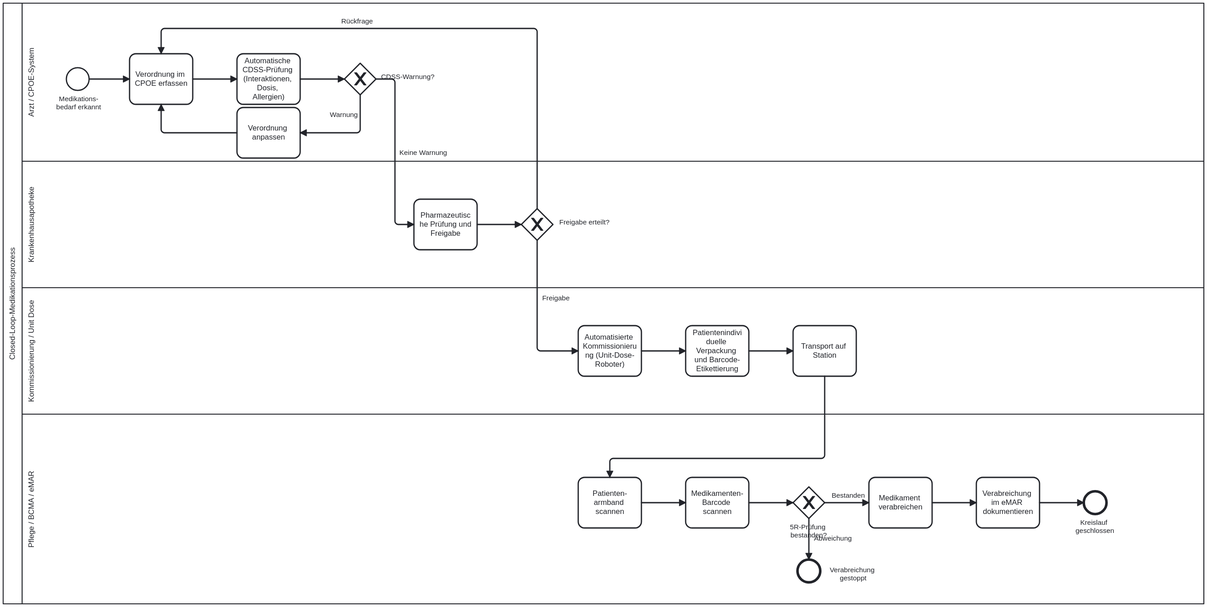
Above: publisher-guides/Medikation/input/images/ClosedLoop-Medikationsprozess.svg in gematik/spec-ISiK-Basismodul (BPMN), before the change. Its source is kept beside it as Material/Medikation/ClosedLoop-Medikationsprozess.bpmn. Ids are renumbered.
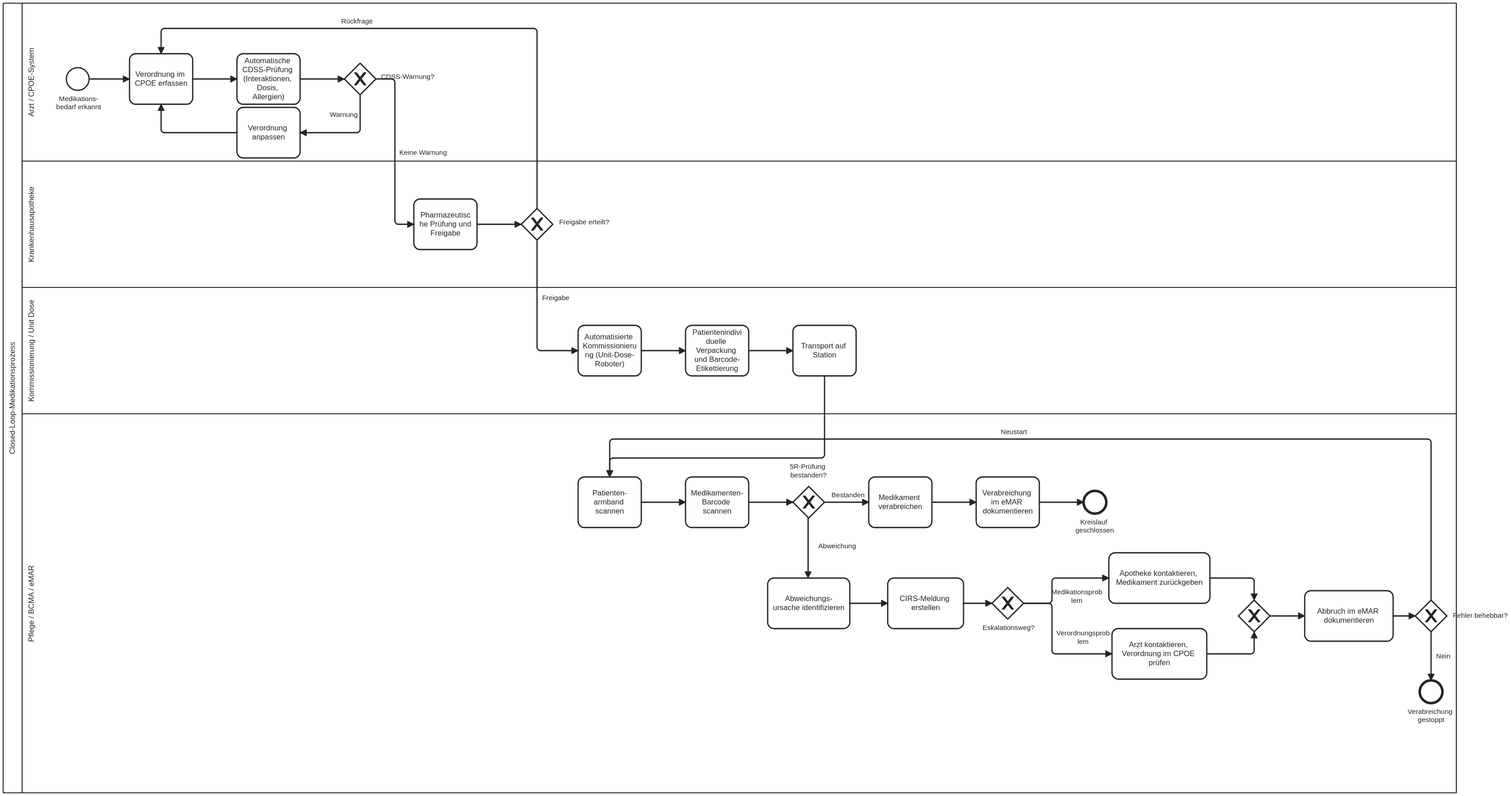
The same file after the commit.

The edit, as a diff of the source:
```diff
@@ -28,6 +28,14 @@
         <flowNodeRef>EndEvent_1</flowNodeRef>
         <flowNodeRef>EndEvent_Abbruch</flowNodeRef>
         <flowNodeRef>Task_ScanPatient</flowNodeRef>
+        <flowNodeRef>Task_FehlerUrsache</flowNodeRef>
+        <flowNodeRef>Task_CIRS</flowNodeRef>
+        <flowNodeRef>Gateway_Eskalation</flowNodeRef>
+        <flowNodeRef>Task_ApothekeKontakt</flowNodeRef>
+        <flowNodeRef>Task_ArztKontakt</flowNodeRef>
+        <flowNodeRef>Gateway_EskalationJoin</flowNodeRef>
+        <flowNodeRef>Task_FehlerDoku</flowNodeRef>
+        <flowNodeRef>Gateway_Behebbar</flowNodeRef>
       </lane>
     </laneSet>
     <startEvent id="StartEvent_1" name="Medikations-bedarf erkannt">
@@ -94,7 +102,7 @@
       <incoming>Flow_18</incoming>
     </endEvent>
     <endEvent id="EndEvent_Abbruch" name="Verabreichung gestoppt">
-      <incoming>Flow_15</incoming>
+      <incoming>Flow_27</incoming>
     </endEvent>
     <sequenceFlow id="Flow_1" sourceRef="StartEvent_1" targetRef="Task_CPOE" />
     <sequenceFlow id="Flow_2" sourceRef="Task_CPOE" targetRef="Task_CDSS" />
@@ -110,35 +118,81 @@
     <sequenceFlow id="Flow_12" sourceRef="Task_Transport" targetRef="Task_ScanPatient" />
     <sequenceFlow id="Flow_13" sourceRef="Task_ScanPatient" targetRef="Task_ScanMed" />
     <sequenceFlow id="Flow_14" sourceRef="Task_ScanMed" targetRef="Gateway_5R" />
-    <sequenceFlow id="Flow_15" name="Abweichung" sourceRef="Gateway_5R" targetRef="EndEvent_Abbruch" />
+    <sequenceFlow id="Flow_15" name="Abweichung" sourceRef="Gateway_5R" targetRef="Task_FehlerUrsache" />
     <sequenceFlow id="Flow_16" name="Bestanden" sourceRef="Gateway_5R" targetRef="Task_Verabreichen" />
     <sequenceFlow id="Flow_17" sourceRef="Task_Verabreichen" targetRef="Task_Doku" />
     <sequenceFlow id="Flow_18" sourceRef="Task_Doku" targetRef="EndEvent_1" />
     <task id="Task_ScanPatient" name="Patienten- armband scannen">
       <incoming>Flow_12</incoming>
+      <incoming>Flow_28</incoming>
       <outgoing>Flow_13</outgoing>
     </task>
+    <task id="Task_FehlerUrsache" name="Abweichungs-ursache identifizieren">
+      <incoming>Flow_15</incoming>
+      <outgoing>Flow_19</outgoing>
+    </task>
+    <task id="Task_CIRS" name="CIRS-Meldung erstellen">
+      <incoming>Flow_19</incoming>
+      <outgoing>Flow_20</outgoing>
+    </task>
+    <exclusiveGateway id="Gateway_Eskalation" name="Eskalationsweg?">
+      <incoming>Flow_20</incoming>
+      <outgoing>Flow_21</outgoing>
+      <outgoing>Flow_22</outgoing>
+    </exclusiveGateway>
+    <task id="Task_ApothekeKontakt" name="Apotheke kontaktieren, Medikament zurückgeben">
+      <incoming>Flow_21</incoming>
+      <outgoing>Flow_23</outgoing>
+    </task>
+    <task id="Task_ArztKontakt" name="Arzt kontaktieren, Verordnung im CPOE prüfen">
+      <incoming>Flow_22</incoming>
+      <outgoing>Flow_24</outgoing>
+    </task>
+    <exclusiveGateway id="Gateway_EskalationJoin">
+      <incoming>Flow_23</incoming>
+      <incoming>Flow_24</incoming>
+      <outgoing>Flow_25</outgoing>
+    </exclusiveGateway>
+    <task id="Task_FehlerDoku" name="Abbruch im eMAR dokumentieren">
+      <incoming>Flow_25</incoming>
+      <outgoing>Flow_26</outgoing>
+    </task>
+    <exclusiveGateway id="Gateway_Behebbar" name="Fehler behebbar?">
+      <incoming>Flow_26</incoming>
+      <outgoing>Flow_27</outgoing>
+      <outgoing>Flow_28</outgoing>
+    </exclusiveGateway>
+    <sequenceFlow id="Flow_19" sourceRef="Task_FehlerUrsache" targetRef="Task_CIRS" />
+    <sequenceFlow id="Flow_20" sourceRef="Task_CIRS" targetRef="Gateway_Eskalation" />
+    <sequenceFlow id="Flow_21" name="Medikationsproblem" sourceRef="Gateway_Eskalation" targetRef="Task_ApothekeKontakt" />
+    <sequenceFlow id="Flow_22" name="Verordnungsproblem" sourceRef="Gateway_Eskalation" targetRef="Task_ArztKontakt" />
+    <sequenceFlow id="Flow_23" sourceRef="Task_ApothekeKontakt" targetRef="Gateway_EskalationJoin" />
+    <sequenceFlow id="Flow_24" sourceRef="Task_ArztKontakt" targetRef="Gateway_EskalationJoin" />
+    <sequenceFlow id="Flow_25" sourceRef="Gateway_EskalationJoin" targetRef="Task_FehlerDoku" />
+    <sequenceFlow id="Flow_26" sourceRef="Task_FehlerDoku" targetRef="Gateway_Behebbar" />
+    <sequenceFlow id="Flow_27" name="Nein" sourceRef="Gateway_Behebbar" targetRef="EndEvent_Abbruch" />
+    <sequenceFlow id="Flow_28" name="Neustart" sourceRef="Gateway_Behebbar" targetRef="Task_ScanPatient" />
   </process>
   <bpmndi:BPMNDiagram id="BpmnDiagram_1">
     <bpmndi:BPMNPlane id="BpmnPlane_1" bpmnElement="Collaboration_CLMP">
       <bpmndi:BPMNShape id="Participant_CLMP_di" bpmnElement="Participant_CLMP" isHorizontal="true">
-        <omgdc:Bounds x="160" y="60" width="1900" height="950" />
+        <omgdc:Bounds x="160" y="60" width="2300" height="1250" />
         <bpmndi:BPMNLabel />
       </bpmndi:BPMNShape>
       <bpmndi:BPMNShape id="Lane_Pflege_di" bpmnElement="Lane_Pflege" isHorizontal="true">
-        <omgdc:Bounds x="190" y="710" width="1870" height="300" />
+        <omgdc:Bounds x="190" y="710" width="2270" height="600" />
         <bpmndi:BPMNLabel />
       </bpmndi:BPMNShape>
       <bpmndi:BPMNShape id="Lane_Kommission_di" bpmnElement="Lane_Kommission" isHorizontal="true">
-        <omgdc:Bounds x="190" y="510" width="1870" height="200" />
+        <omgdc:Bounds x="190" y="510" width="2270" height="200" />
         <bpmndi:BPMNLabel />
       </bpmndi:BPMNShape>
       <bpmndi:BPMNShape id="Lane_Apotheke_di" bpmnElement="Lane_Apotheke" isHorizontal="true">
-        <omgdc:Bounds x="190" y="310" width="1870" height="200" />
+        <omgdc:Bounds x="190" y="310" width="2270" height="200" />
         <bpmndi:BPMNLabel />
       </bpmndi:BPMNShape>
       <bpmndi:BPMNShape id="Lane_Arzt_di" bpmnElement="Lane_Arzt" isHorizontal="true">
-        <omgdc:Bounds x="190" y="60" width="1870" height="250" />
+        <omgdc:Bounds x="190" y="60" width="2270" height="250" />
         <bpmndi:BPMNLabel />
       </bpmndi:BPMNShape>
       <bpmndi:BPMNShape id="StartEvent_1_di" bpmnElement="StartEvent_1">
@@ -216,9 +270,9 @@
         </bpmndi:BPMNLabel>
       </bpmndi:BPMNShape>
       <bpmndi:BPMNShape id="EndEvent_Abbruch_di" bpmnElement="EndEvent_Abbruch">
-        <omgdc:Bounds x="1417" y="940" width="36" height="36" />
+        <omgdc:Bounds x="2387" y="1090" width="36" height="36" />
         <bpmndi:BPMNLabel>
-          <omgdc:Bounds x="1460" y="950" width="90" height="14" />
+          <omgdc:Bounds x="2367" y="1133" width="76" height="27" />
         </bpmndi:BPMNLabel>
       </bpmndi:BPMNShape>
       <bpmndi:BPMNEdge id="Flow_1_di" bpmnElement="Flow_1">
@@ -300,9 +354,9 @@
       </bpmndi:BPMNEdge>
       <bpmndi:BPMNEdge id="Flow_15_di" bpmnElement="Flow_15">
         <omgdi:waypoint x="1435" y="875" />
-        <omgdi:waypoint x="1435" y="940" />
+        <omgdi:waypoint x="1440" y="960" />
         <bpmndi:BPMNLabel>
-          <omgdc:Bounds x="1440" y="900" width="65" height="14" />
+          <omgdc:Bounds x="1448" y="905" width="65" height="14" />
         </bpmndi:BPMNLabel>
       </bpmndi:BPMNEdge>
       <bpmndi:BPMNEdge id="Flow_16_di" bpmnElement="Flow_16">
@@ -320,6 +374,103 @@
         <omgdi:waypoint x="1800" y="850" />
         <omgdi:waypoint x="1870" y="850" />
       </bpmndi:BPMNEdge>
+      <bpmndi:BPMNShape id="Task_FehlerUrsache_di" bpmnElement="Task_FehlerUrsache">
+        <omgdc:Bounds x="1375" y="960" width="130" height="80" />
+        <bpmndi:BPMNLabel />
+      </bpmndi:BPMNShape>
+      <bpmndi:BPMNShape id="Task_CIRS_di" bpmnElement="Task_CIRS">
+        <omgdc:Bounds x="1560" y="960" width="120" height="80" />
+        <bpmndi:BPMNLabel />
+      </bpmndi:BPMNShape>
+      <bpmndi:BPMNShape id="Gateway_Eskalation_di" bpmnElement="Gateway_Eskalation" isMarkerVisible="true">
+        <omgdc:Bounds x="1740" y="975" width="50" height="50" />
+        <bpmndi:BPMNLabel>
+          <omgdc:Bounds x="1728" y="1032" width="76" height="14" />
+        </bpmndi:BPMNLabel>
+      </bpmndi:BPMNShape>
+      <bpmndi:BPMNShape id="Task_ApothekeKontakt_di" bpmnElement="Task_ApothekeKontakt">
+        <omgdc:Bounds x="1850" y="930" width="160" height="80" />
+        <bpmndi:BPMNLabel />
+      </bpmndi:BPMNShape>
+      <bpmndi:BPMNShape id="Task_ArztKontakt_di" bpmnElement="Task_ArztKontakt">
+        <omgdc:Bounds x="1850" y="1050" width="150" height="80" />
+        <bpmndi:BPMNLabel />
+      </bpmndi:BPMNShape>
+      <bpmndi:BPMNShape id="Gateway_EskalationJoin_di" bpmnElement="Gateway_EskalationJoin" isMarkerVisible="true">
+        <omgdc:Bounds x="2070" y="975" width="50" height="50" />
+        <bpmndi:BPMNLabel />
+      </bpmndi:BPMNShape>
+      <bpmndi:BPMNShape id="Task_FehlerDoku_di" bpmnElement="Task_FehlerDoku">
+        <omgdc:Bounds x="2180" y="960" width="140" height="80" />
+        <bpmndi:BPMNLabel />
+      </bpmndi:BPMNShape>
+      <bpmndi:BPMNShape id="Gateway_Behebbar_di" bpmnElement="Gateway_Behebbar" isMarkerVisible="true">
+        <omgdc:Bounds x="2380" y="975" width="50" height="50" />
+        <bpmndi:BPMNLabel>
+          <omgdc:Bounds x="2368" y="1032" width="74" height="27" />
+        </bpmndi:BPMNLabel>
+      </bpmndi:BPMNShape>
+      <bpmndi:BPMNEdge id="Flow_19_di" bpmnElement="Flow_19">
+        <omgdi:waypoint x="1505" y="1000" />
+        <omgdi:waypoint x="1560" y="1000" />
+      </bpmndi:BPMNEdge>
+      <bpmndi:BPMNEdge id="Flow_20_di" bpmnElement="Flow_20">
+        <omgdi:waypoint x="1680" y="1000" />
+        <omgdi:waypoint x="1740" y="1000" />
+      </bpmndi:BPMNEdge>
+      <bpmndi:BPMNEdge id="Flow_21_di" bpmnElement="Flow_21">
+        <omgdi:waypoint x="1790" y="1000" />
+        <omgdi:waypoint x="1820" y="1000" />
+        <omgdi:waypoint x="1820" y="970" />
+        <omgdi:waypoint x="1850" y="970" />
+        <bpmndi:BPMNLabel>
+          <omgdc:Bounds x="1800" y="978" width="95" height="14" />
+        </bpmndi:BPMNLabel>
+      </bpmndi:BPMNEdge>
+      <bpmndi:BPMNEdge id="Flow_22_di" bpmnElement="Flow_22">
+        <omgdi:waypoint x="1790" y="1000" />
+        <omgdi:waypoint x="1820" y="1000" />
+        <omgdi:waypoint x="1820" y="1090" />
+        <omgdi:waypoint x="1850" y="1090" />
+        <bpmndi:BPMNLabel>
+          <omgdc:Bounds x="1800" y="1044" width="98" height="14" />
+        </bpmndi:BPMNLabel>
+      </bpmndi:BPMNEdge>
+      <bpmndi:BPMNEdge id="Flow_23_di" bpmnElement="Flow_23">
+        <omgdi:waypoint x="2010" y="970" />
+        <omgdi:waypoint x="2040" y="970" />
+        <omgdi:waypoint x="2040" y="1000" />
+        <omgdi:waypoint x="2070" y="1000" />
+      </bpmndi:BPMNEdge>
+      <bpmndi:BPMNEdge id="Flow_24_di" bpmnElement="Flow_24">
+        <omgdi:waypoint x="2000" y="1090" />
+        <omgdi:waypoint x="2095" y="1090" />
+        <omgdi:waypoint x="2095" y="1025" />
+      </bpmndi:BPMNEdge>
+      <bpmndi:BPMNEdge id="Flow_25_di" bpmnElement="Flow_25">
+        <omgdi:waypoint x="2120" y="1000" />
+        <omgdi:waypoint x="2180" y="1000" />
+      </bpmndi:BPMNEdge>
+      <bpmndi:BPMNEdge id="Flow_26_di" bpmnElement="Flow_26">
+        <omgdi:waypoint x="2320" y="1000" />
+        <omgdi:waypoint x="2380" y="1000" />
+      </bpmndi:BPMNEdge>
+      <bpmndi:BPMNEdge id="Flow_27_di" bpmnElement="Flow_27">
+        <omgdi:waypoint x="2405" y="1025" />
+        <omgdi:waypoint x="2405" y="1090" />
+        <bpmndi:BPMNLabel>
+          <omgdc:Bounds x="2412" y="1050" width="25" height="14" />
+        </bpmndi:BPMNLabel>
+      </bpmndi:BPMNEdge>
+      <bpmndi:BPMNEdge id="Flow_28_di" bpmnElement="Flow_28">
+        <omgdi:waypoint x="2405" y="975" />
+        <omgdi:waypoint x="2405" y="750" />
+        <omgdi:waypoint x="1120" y="750" />
+        <omgdi:waypoint x="1120" y="810" />
+        <bpmndi:BPMNLabel>
+          <omgdc:Bounds x="1730" y="732" width="45" height="14" />
+        </bpmndi:BPMNLabel>
+      </bpmndi:BPMNEdge>
     </bpmndi:BPMNPlane>
   </bpmndi:BPMNDiagram>
 </definitions>
```
